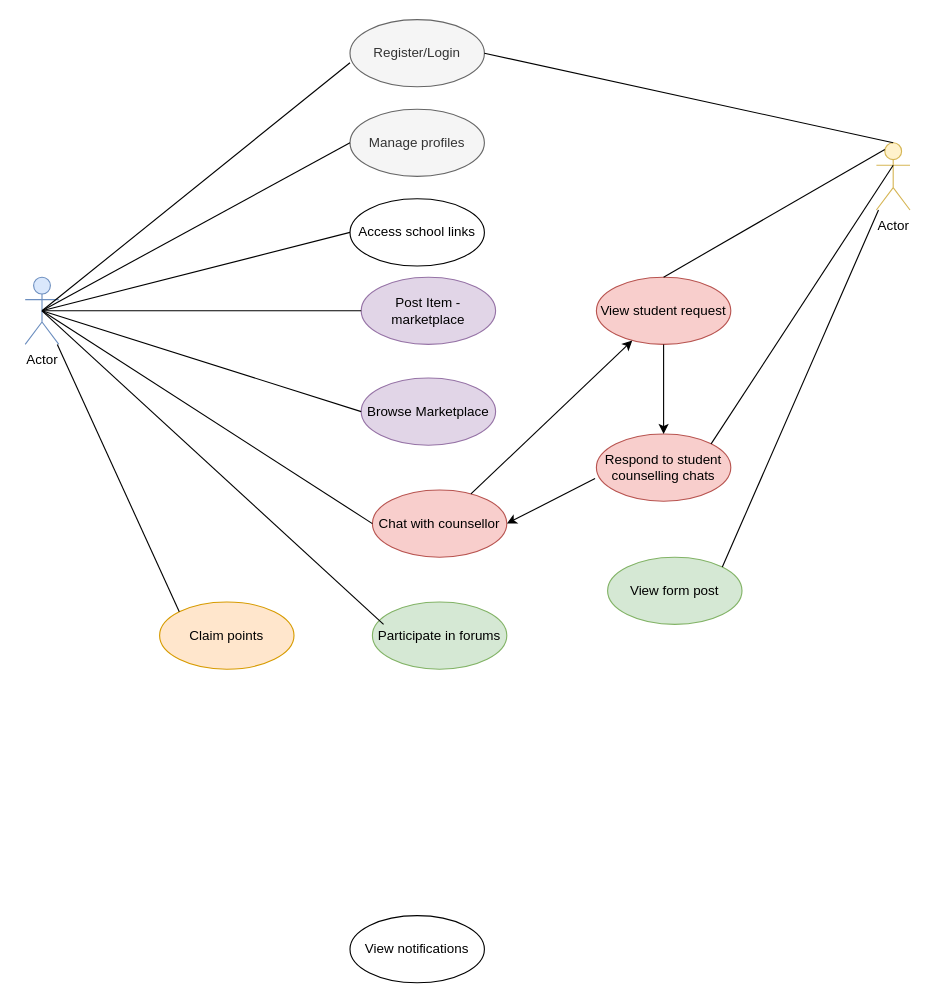
Above: welfareUsecase.drawio in Abed25/Image-store (draw.io), before the change. Source tidied: cells renumbered, new cells numbered last; positions are measured from the earlier drawing's top-left corner, leaving out a move shared by most shapes. Both pictures are drawn from the tidied source at 112%, with x=0, y=0 at pixel (25, 19).
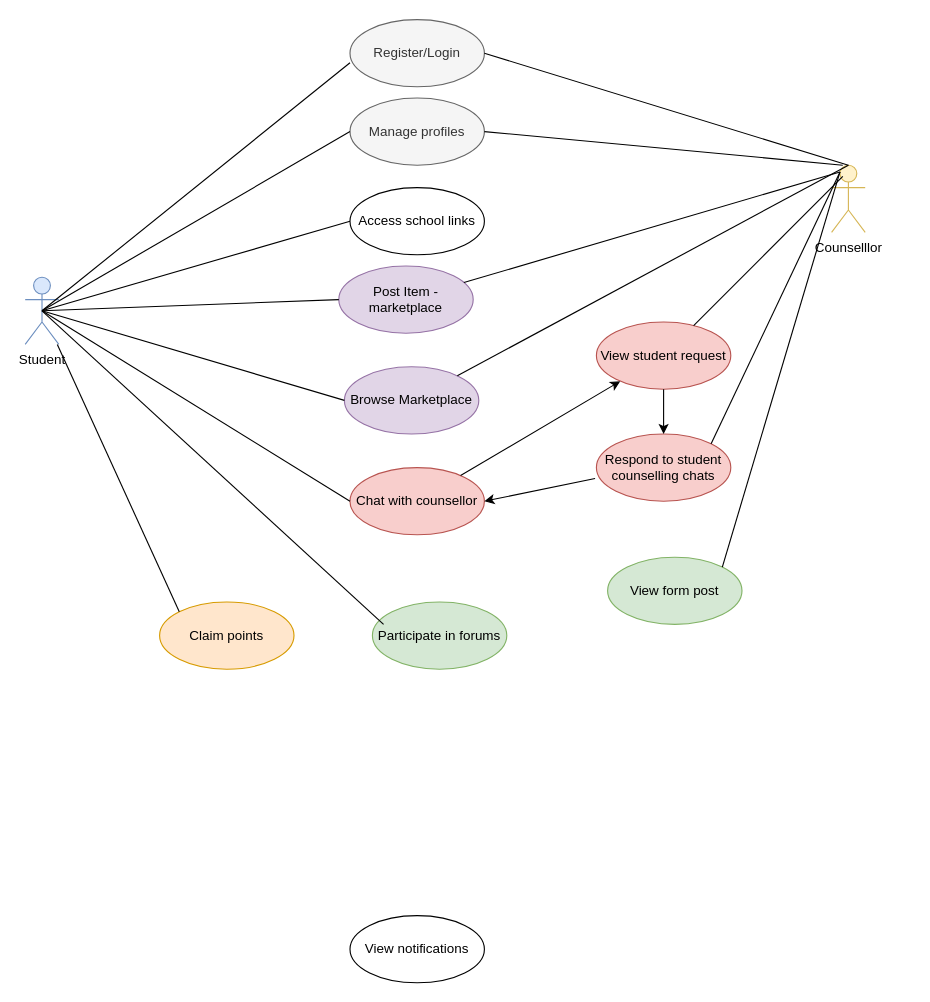
Above is the later version.

Unchanged cells that the change refers to:
```xml
<mxCell id="13" value="Respond to student counselling chats" style="ellipse;whiteSpace=wrap;html=1;fillColor=#f8cecc;strokeColor=#b85450;" parent="1" vertex="1">
  <mxGeometry x="510" y="370" width="120" height="60" as="geometry" />
</mxCell>
<mxCell id="14" value="View form post" style="ellipse;whiteSpace=wrap;html=1;fillColor=#d5e8d4;strokeColor=#82b366;" parent="1" vertex="1">
  <mxGeometry x="520" y="480" width="120" height="60" as="geometry" />
</mxCell>
```

The edit, as a diff of the source:
```diff
@@
     <mxCell id="2" value="Manage profiles" style="ellipse;whiteSpace=wrap;html=1;fillColor=#f5f5f5;fontColor=#333333;strokeColor=#666666;" parent="1" vertex="1">
-      <mxGeometry x="290" y="80" width="120" height="60" as="geometry" />
+      <mxGeometry x="290" y="70" width="120" height="60" as="geometry" />
     </mxCell>
@@
     <mxCell id="4" value="Access school links" style="ellipse;whiteSpace=wrap;html=1;" parent="1" vertex="1">
-      <mxGeometry x="290" y="160" width="120" height="60" as="geometry" />
+      <mxGeometry x="290" y="150" width="120" height="60" as="geometry" />
     </mxCell>
     <mxCell id="5" value="Post Item - marketplace" style="ellipse;whiteSpace=wrap;html=1;fillColor=#e1d5e7;strokeColor=#9673a6;" parent="1" vertex="1">
-      <mxGeometry x="300" y="230" width="120" height="60" as="geometry" />
+      <mxGeometry x="280" y="220" width="120" height="60" as="geometry" />
     </mxCell>
     <mxCell id="6" value="Browse Marketplace" style="ellipse;whiteSpace=wrap;html=1;fillColor=#e1d5e7;strokeColor=#9673a6;" parent="1" vertex="1">
-      <mxGeometry x="300" y="320" width="120" height="60" as="geometry" />
+      <mxGeometry x="285" y="310" width="120" height="60" as="geometry" />
     </mxCell>
@@
     <mxCell id="8" value="Chat with counsellor" style="ellipse;whiteSpace=wrap;html=1;fillColor=#f8cecc;strokeColor=#b85450;" parent="1" vertex="1">
-      <mxGeometry x="310" y="420" width="120" height="60" as="geometry" />
+      <mxGeometry x="290" y="400" width="120" height="60" as="geometry" />
     </mxCell>
@@
-    <mxCell id="11" value="Actor" style="shape=umlActor;verticalLabelPosition=bottom;verticalAlign=top;html=1;outlineConnect=0;fillColor=#dae8fc;strokeColor=#6c8ebf;" parent="1" vertex="1">
+    <mxCell id="11" value="Student&lt;div&gt;&lt;br&gt;&lt;/div&gt;" style="shape=umlActor;verticalLabelPosition=bottom;verticalAlign=top;html=1;outlineConnect=0;fillColor=#dae8fc;strokeColor=#6c8ebf;" parent="1" vertex="1">
       <mxGeometry y="230" width="30" height="60" as="geometry" />
     </mxCell>
     <mxCell id="12" value="View student request" style="ellipse;whiteSpace=wrap;html=1;fillColor=#f8cecc;strokeColor=#b85450;" parent="1" vertex="1">
-      <mxGeometry x="510" y="230" width="120" height="60" as="geometry" />
+      <mxGeometry x="510" y="270" width="120" height="60" as="geometry" />
     </mxCell>
@@
-    <mxCell id="15" value="Actor" style="shape=umlActor;verticalLabelPosition=bottom;verticalAlign=top;html=1;outlineConnect=0;fillColor=#fff2cc;strokeColor=#d6b656;" parent="1" vertex="1">
-      <mxGeometry x="760" y="110" width="30" height="60" as="geometry" />
+    <mxCell id="15" value="Counselllor" style="shape=umlActor;verticalLabelPosition=bottom;verticalAlign=top;html=1;outlineConnect=0;fillColor=#fff2cc;strokeColor=#d6b656;" parent="1" vertex="1">
+      <mxGeometry x="720" y="130" width="30" height="60" as="geometry" />
     </mxCell>
@@
-    <mxCell id="28" style="endArrow=none;html=1;rounded=0;entryX=0.25;entryY=0.1;entryDx=0;entryDy=0;entryPerimeter=0;" parent="1" edge="1" target="15">
-      <mxGeometry relative="1" as="geometry">
-        <mxPoint x="570" y="230" as="sourcePoint" />
-      </mxGeometry>
+    <mxCell id="28" style="endArrow=none;html=1;rounded=0;entryX=0.25;entryY=0.1;entryDx=0;entryDy=0;entryPerimeter=0;" parent="1" edge="1" source="5" target="15">
+      <mxGeometry relative="1" as="geometry" />
     </mxCell>
-    <mxCell id="29" style="endArrow=none;html=1;rounded=0;exitX=1;exitY=0;exitDx=0;exitDy=0;" parent="1" edge="1" source="13">
-      <mxGeometry relative="1" as="geometry">
-        <mxPoint x="775" y="130" as="targetPoint" />
-      </mxGeometry>
+    <mxCell id="29" style="endArrow=none;html=1;rounded=0;exitX=1;exitY=0;exitDx=0;exitDy=0;entryX=0.25;entryY=0.1;entryDx=0;entryDy=0;entryPerimeter=0;" parent="1" edge="1" source="13" target="15">
+      <mxGeometry relative="1" as="geometry" />
     </mxCell>
-    <mxCell id="30" style="endArrow=none;html=1;rounded=0;exitX=1;exitY=0;exitDx=0;exitDy=0;" parent="1" edge="1" source="14" target="15">
+    <mxCell id="30" style="endArrow=none;html=1;rounded=0;exitX=1;exitY=0;exitDx=0;exitDy=0;entryX=0.25;entryY=0.1;entryDx=0;entryDy=0;entryPerimeter=0;" parent="1" edge="1" source="14" target="15">
       <mxGeometry relative="1" as="geometry" />
     </mxCell>
+    <mxCell id="31" style="endArrow=none;html=1;rounded=0;entryX=0.5;entryY=0;entryDx=0;entryDy=0;entryPerimeter=0;" parent="1" edge="1" source="6" target="15">
+      <mxGeometry relative="1" as="geometry" />
+    </mxCell>
+    <mxCell id="32" style="endArrow=none;html=1;rounded=0;" parent="1" edge="1" source="12">
+      <mxGeometry relative="1" as="geometry">
+        <mxPoint x="730" y="140" as="targetPoint" />
+      </mxGeometry>
+    </mxCell>
+    <mxCell id="33" style="endArrow=none;html=1;rounded=0;exitX=1;exitY=0.5;exitDx=0;exitDy=0;" parent="1" edge="1" source="2">
+      <mxGeometry relative="1" as="geometry">
+        <mxPoint x="730" y="130" as="targetPoint" />
+      </mxGeometry>
+    </mxCell>
```
